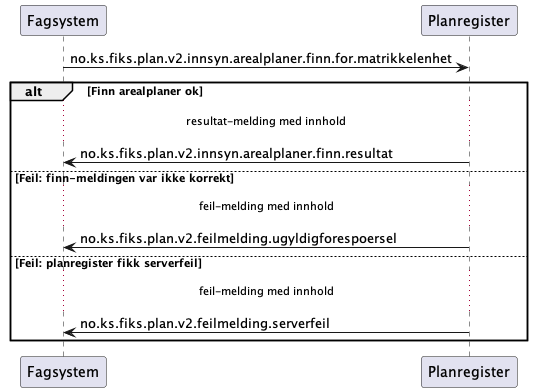
Earlier version of the PlantUML export Dokumentasjon/V2/SequenceDiagrams/no.ks.fiks.plan.v2.innsyn.arealplaner.finn.for.flate/sequence-diagram.png (ks-no/fiks-plan-specification).
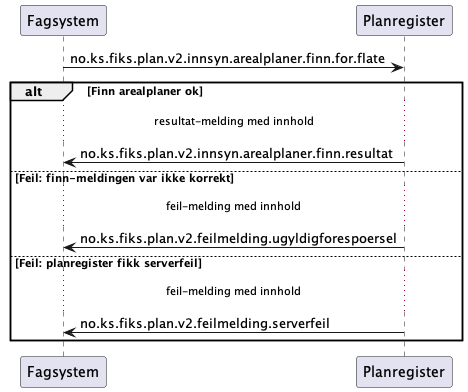
Later version of the same file.

Diff of the diagram source:
```diff
@@ -1,6 +1,6 @@
 @startuml
 
-Fagsystem -> Planregister: no.ks.fiks.plan.v2.innsyn.arealplaner.finn.for.matrikkelenhet
+Fagsystem -> Planregister: no.ks.fiks.plan.v2.innsyn.arealplaner.finn.for.flate
 
 alt Finn arealplaner ok
 ...resultat-melding med innhold...
```
